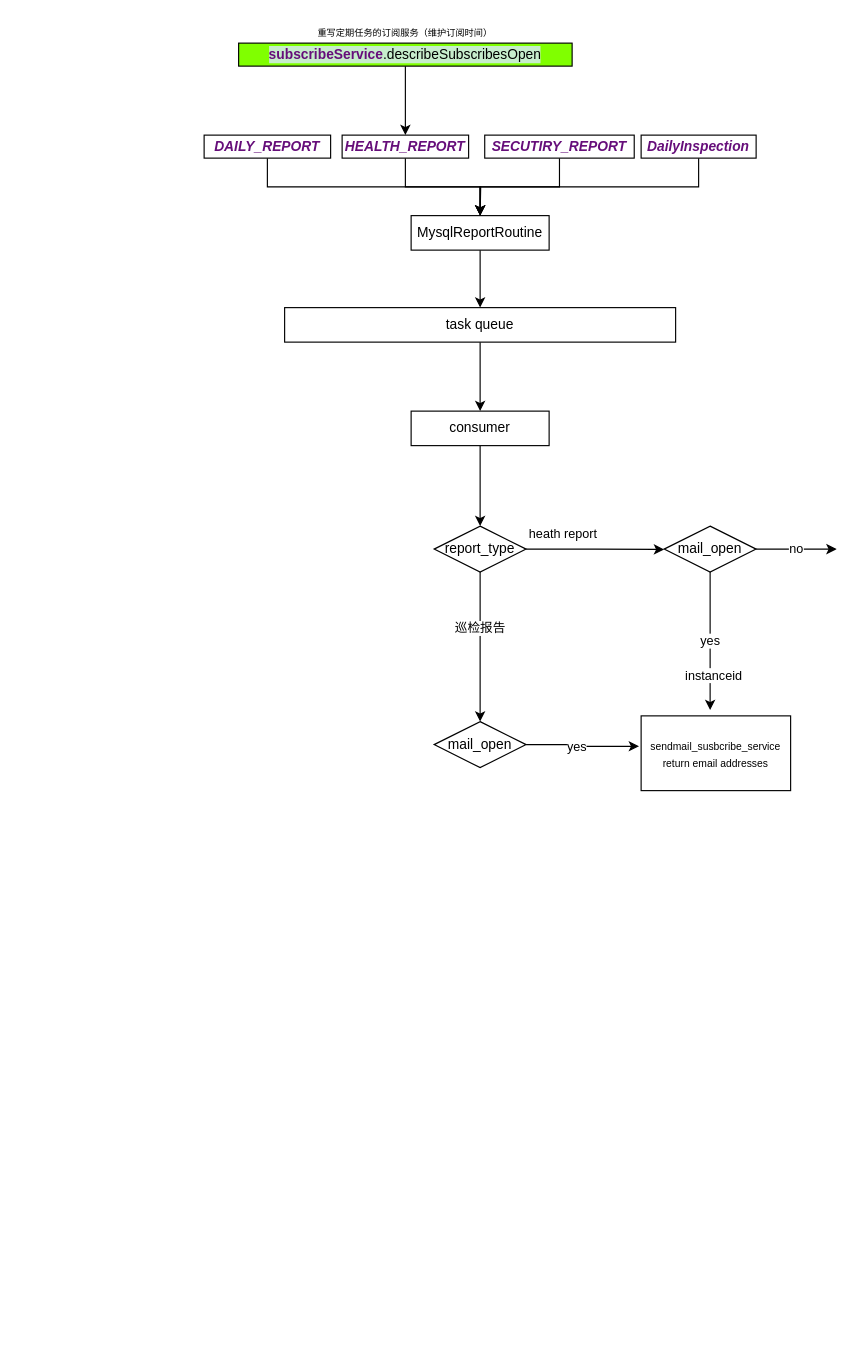
Above: Untitled Diagram.drawio in GuoJunChen-commit/practice (draw.io), before the change. Source tidied: cells renumbered, new cells numbered last; positions are measured from the earlier drawing's top-left corner, leaving out a move shared by most shapes. Both pictures are drawn from the tidied source at 115%, with x=0, y=0 at pixel (204, 20).
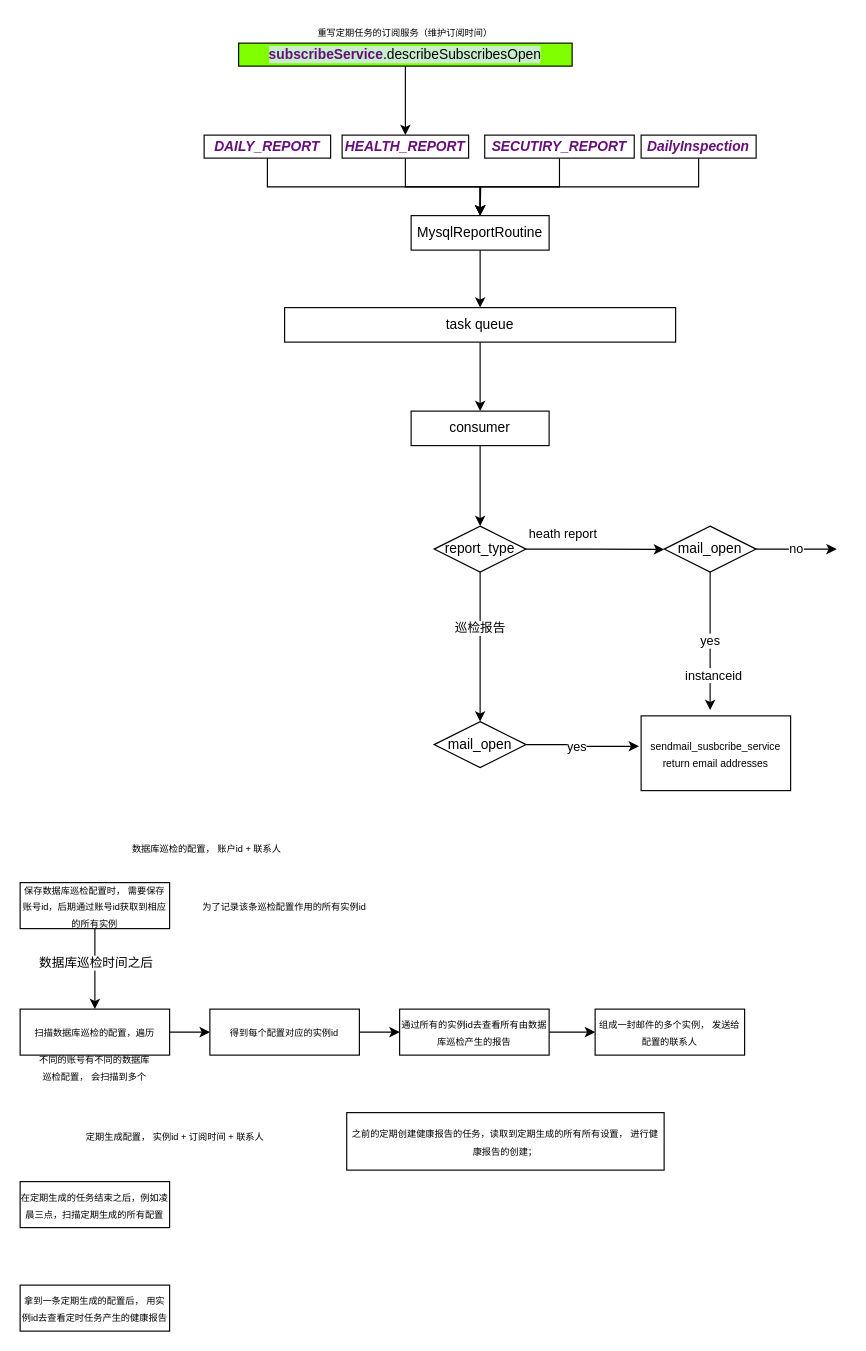
Above is the later version.

The edit, as a diff of the source:
```diff
@@
+    <mxCell id="32" style="edgeStyle=orthogonalEdgeStyle;rounded=0;jettySize=auto;html=1;exitX=1;exitY=0.5;exitDx=0;exitDy=0;entryX=0;entryY=0.5;entryDx=0;entryDy=0;" parent="1" edge="1" source="33" target="35">
+      <mxGeometry relative="1" as="geometry" />
+    </mxCell>
+    <mxCell id="33" value="&lt;font style=&quot;font-size: 8px&quot;&gt;扫描数据库巡检的配置，遍历&lt;/font&gt;" style="rounded=0;whiteSpace=wrap;html=1;fillColor=#FFFFFF;" parent="1" vertex="1">
+      <mxGeometry x="-160" y="860" width="130" height="40" as="geometry" />
+    </mxCell>
+    <mxCell id="34" style="edgeStyle=orthogonalEdgeStyle;rounded=0;jettySize=auto;html=1;" parent="1" edge="1" source="35">
+      <mxGeometry relative="1" as="geometry">
+        <mxPoint x="170" y="880" as="targetPoint" />
+      </mxGeometry>
+    </mxCell>
+    <mxCell id="35" value="&lt;font style=&quot;font-size: 8px&quot;&gt;得到每个配置对应的实例id&lt;/font&gt;" style="rounded=0;whiteSpace=wrap;html=1;fillColor=#FFFFFF;" parent="1" vertex="1">
+      <mxGeometry x="5" y="860" width="130" height="40" as="geometry" />
+    </mxCell>
+    <mxCell id="36" style="edgeStyle=orthogonalEdgeStyle;rounded=0;jettySize=auto;html=1;entryX=0.5;entryY=0;entryDx=0;entryDy=0;" parent="1" edge="1" source="38" target="33">
+      <mxGeometry relative="1" as="geometry" />
+    </mxCell>
+    <mxCell id="37" value="数据库巡检时间之后" style="edgeLabel;html=1;align=center;verticalAlign=middle;" parent="36" vertex="1">
+      <mxGeometry x="-0.17" relative="1" as="geometry" />
+    </mxCell>
+    <mxCell id="38" value="&lt;font style=&quot;font-size: 8px&quot;&gt;保存数据库巡检配置时， 需要保存账号id，后期通过账号id获取到相应的所有实例&lt;/font&gt;" style="rounded=0;whiteSpace=wrap;html=1;fillColor=#FFFFFF;" parent="1" vertex="1">
+      <mxGeometry x="-160" y="750" width="130" height="40" as="geometry" />
+    </mxCell>
+    <mxCell id="39" value="&lt;font style=&quot;font-size: 8px&quot;&gt;为了记录该条巡检配置作用的所有实例id&lt;/font&gt;" style="text;html=1;strokeColor=none;fillColor=none;align=center;verticalAlign=middle;whiteSpace=wrap;rounded=0;" parent="1" vertex="1">
+      <mxGeometry x="-10" y="760" width="160" height="20" as="geometry" />
+    </mxCell>
+    <mxCell id="40" style="edgeStyle=orthogonalEdgeStyle;rounded=0;jettySize=auto;html=1;exitX=1;exitY=0.5;exitDx=0;exitDy=0;entryX=0;entryY=0.5;entryDx=0;entryDy=0;" parent="1" edge="1" source="41" target="42">
+      <mxGeometry relative="1" as="geometry" />
+    </mxCell>
+    <mxCell id="41" value="&lt;span style=&quot;font-size: 8px&quot;&gt;通过所有的实例id去查看所有由数据库巡检产生的报告&lt;/span&gt;" style="rounded=0;whiteSpace=wrap;html=1;fillColor=#FFFFFF;" parent="1" vertex="1">
+      <mxGeometry x="170" y="860" width="130" height="40" as="geometry" />
+    </mxCell>
+    <mxCell id="42" value="&lt;span style=&quot;font-size: 8px&quot;&gt;组成一封邮件的多个实例， 发送给配置的联系人&lt;/span&gt;" style="rounded=0;whiteSpace=wrap;html=1;fillColor=#FFFFFF;" parent="1" vertex="1">
+      <mxGeometry x="340" y="860" width="130" height="40" as="geometry" />
+    </mxCell>
+    <mxCell id="43" value="&lt;font style=&quot;font-size: 8px&quot;&gt;不同的账号有不同的数据库巡检配置， 会扫描到多个&lt;/font&gt;" style="text;html=1;strokeColor=none;fillColor=none;align=center;verticalAlign=middle;whiteSpace=wrap;rounded=0;" parent="1" vertex="1">
+      <mxGeometry x="-145" y="900" width="100" height="20" as="geometry" />
+    </mxCell>
+    <mxCell id="44" value="&lt;font style=&quot;font-size: 8px&quot;&gt;定期生成配置， 实例id + 订阅时间 + 联系人&lt;/font&gt;" style="text;html=1;strokeColor=none;fillColor=none;align=center;verticalAlign=middle;whiteSpace=wrap;rounded=0;" parent="1" vertex="1">
+      <mxGeometry x="-150" y="950" width="250" height="40" as="geometry" />
+    </mxCell>
+    <mxCell id="45" value="&lt;font style=&quot;font-size: 8px&quot;&gt;之前的定期创建健康报告的任务，读取到定期生成的所有所有设置， 进行健康报告的创建；&lt;/font&gt;" style="rounded=0;whiteSpace=wrap;html=1;fillColor=#FFFFFF;" parent="1" vertex="1">
+      <mxGeometry x="124" y="950" width="276" height="50" as="geometry" />
+    </mxCell>
+    <mxCell id="46" value="&lt;span style=&quot;font-size: 8px&quot;&gt;数据库巡检的配置， 账户id + 联系人&lt;/span&gt;" style="text;html=1;strokeColor=none;fillColor=none;align=center;verticalAlign=middle;whiteSpace=wrap;rounded=0;" parent="1" vertex="1">
+      <mxGeometry x="-115" y="710" width="235" height="20" as="geometry" />
+    </mxCell>
+    <mxCell id="47" value="&lt;font style=&quot;font-size: 8px&quot;&gt;在定期生成的任务结束之后，例如凌晨三点，扫描定期生成的所有配置&lt;/font&gt;" style="rounded=0;whiteSpace=wrap;html=1;fillColor=#FFFFFF;" parent="1" vertex="1">
+      <mxGeometry x="-160" y="1010" width="130" height="40" as="geometry" />
+    </mxCell>
+    <mxCell id="48" value="&lt;font style=&quot;font-size: 8px&quot;&gt;拿到一条定期生成的配置后， 用实例id去查看定时任务产生的健康报告&lt;/font&gt;" style="rounded=0;whiteSpace=wrap;html=1;fillColor=#FFFFFF;" parent="1" vertex="1">
+      <mxGeometry x="-160" y="1100" width="130" height="40" as="geometry" />
+    </mxCell>
```
